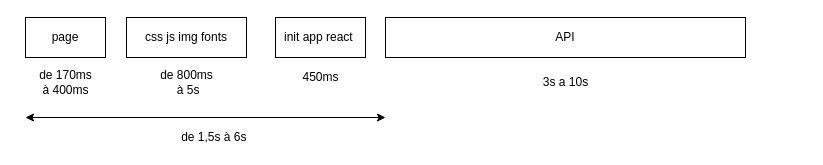
Earlier version of the draw.io diagram perf-myad-Diagram.drawio (claytonbrown/aws-drawing). Source tidied: cells renumbered, new cells numbered last; positions are measured from the earlier drawing's top-left corner, leaving out a move shared by most shapes. Both pictures are drawn from the tidied source at 100%, with x=0, y=0 at pixel (25, 17).
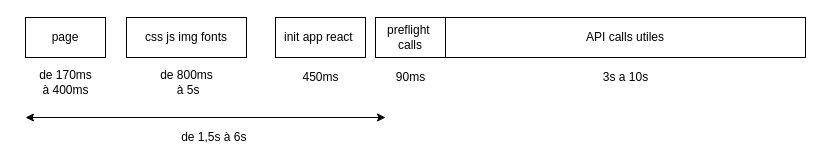
The same diagram, later.

Diff of the diagram source:
```diff
@@
 <mxGraphModel>
   <root>
     <mxCell id="0" />
     <mxCell id="1" parent="0" />
     <mxCell id="2" value="page" style="rounded=0;whiteSpace=wrap;html=1;" parent="1" vertex="1">
       <mxGeometry width="80" height="40" as="geometry" />
     </mxCell>
     <mxCell id="3" value="css js img fonts" style="rounded=0;whiteSpace=wrap;html=1;" parent="1" vertex="1">
       <mxGeometry x="101" width="120" height="40" as="geometry" />
     </mxCell>
     <mxCell id="4" value="init app react&amp;nbsp;" style="rounded=0;whiteSpace=wrap;html=1;" parent="1" vertex="1">
       <mxGeometry x="250" width="90" height="40" as="geometry" />
     </mxCell>
-    <mxCell id="5" value="API" style="rounded=0;whiteSpace=wrap;html=1;" parent="1" vertex="1">
-      <mxGeometry x="360" width="360" height="40" as="geometry" />
+    <mxCell id="5" value="API calls utiles" style="rounded=0;whiteSpace=wrap;html=1;" parent="1" vertex="1">
+      <mxGeometry x="420" width="360" height="40" as="geometry" />
     </mxCell>
     <mxCell id="6" value="de 170ms &lt;br&gt;à 400ms" style="text;html=1;align=center;verticalAlign=middle;" parent="1" vertex="1">
       <mxGeometry x="5" y="50" width="70" height="30" as="geometry" />
     </mxCell>
     <mxCell id="7" value="de 800ms&lt;br&gt;&amp;nbsp;à&amp;nbsp;5s" style="text;html=1;align=center;verticalAlign=middle;" parent="1" vertex="1">
       <mxGeometry x="126" y="50" width="70" height="30" as="geometry" />
     </mxCell>
     <mxCell id="8" value="450ms" style="text;html=1;align=center;verticalAlign=middle;" parent="1" vertex="1">
       <mxGeometry x="270" y="50" width="50" height="20" as="geometry" />
     </mxCell>
     <mxCell id="9" value="3s a 10s" style="text;html=1;align=center;verticalAlign=middle;" parent="1" vertex="1">
-      <mxGeometry x="510" y="55" width="60" height="20" as="geometry" />
+      <mxGeometry x="570" y="50" width="60" height="20" as="geometry" />
     </mxCell>
     <mxCell id="10" style="endArrow=classic;startArrow=classic;html=1;" parent="1" edge="1">
       <mxGeometry relative="1" as="geometry">
         <mxPoint y="100" as="sourcePoint" />
         <mxPoint x="360" y="100" as="targetPoint" />
       </mxGeometry>
     </mxCell>
     <mxCell id="11" value="de 1,5s à 6s&amp;nbsp;" style="text;html=1;align=center;verticalAlign=middle;" parent="1" vertex="1">
       <mxGeometry x="150" y="110" width="80" height="20" as="geometry" />
     </mxCell>
+    <mxCell id="12" value="preflight&amp;nbsp;&lt;br&gt;calls" style="rounded=0;whiteSpace=wrap;html=1;" parent="1" vertex="1">
+      <mxGeometry x="350" width="70" height="40" as="geometry" />
+    </mxCell>
+    <mxCell id="13" value="90ms" style="text;html=1;align=center;verticalAlign=middle;" parent="1" vertex="1">
+      <mxGeometry x="365" y="50" width="40" height="20" as="geometry" />
+    </mxCell>
   </root>
 </mxGraphModel>
```
